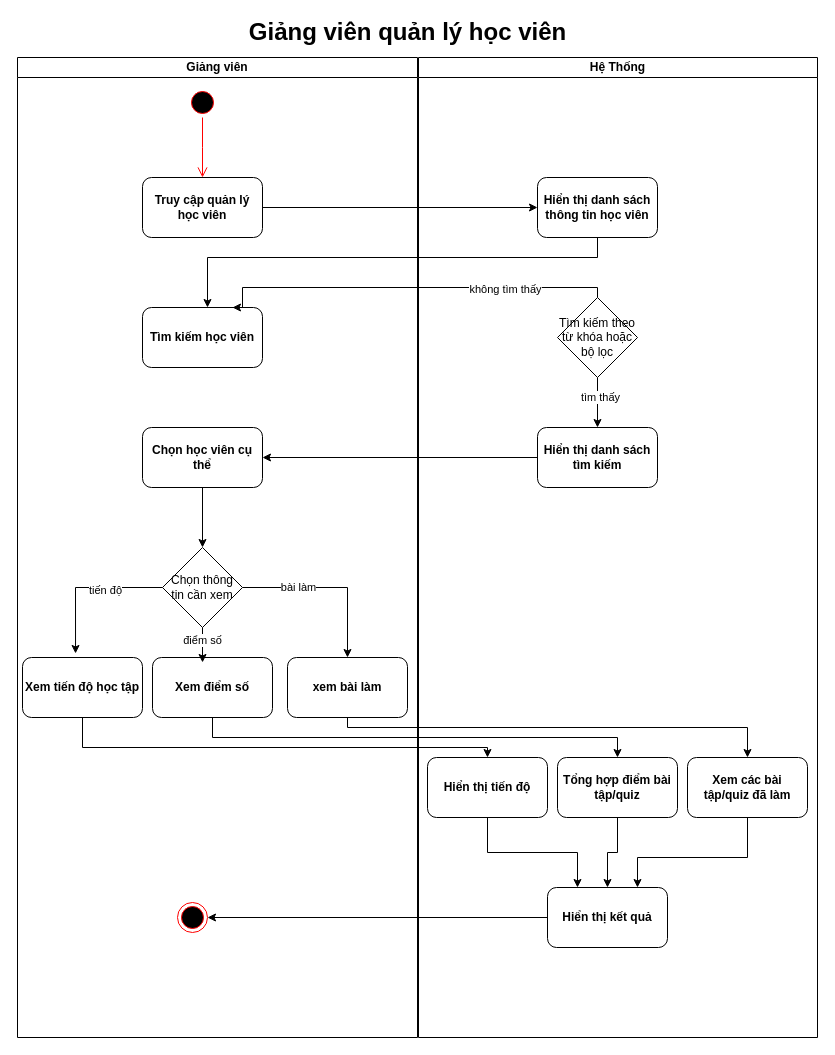
The draw.io diagram document/ActivityDiagram/InstructorManageStudent-Activity.drawio in toniiplaycode/DNC-Learning, before the edit. Source tidied: cells renumbered, new cells numbered last; positions are measured from the earlier drawing's top-left corner, leaving out a move shared by most shapes. Both pictures are drawn from the tidied source at 100%, with x=0, y=0 at pixel (17, 17).
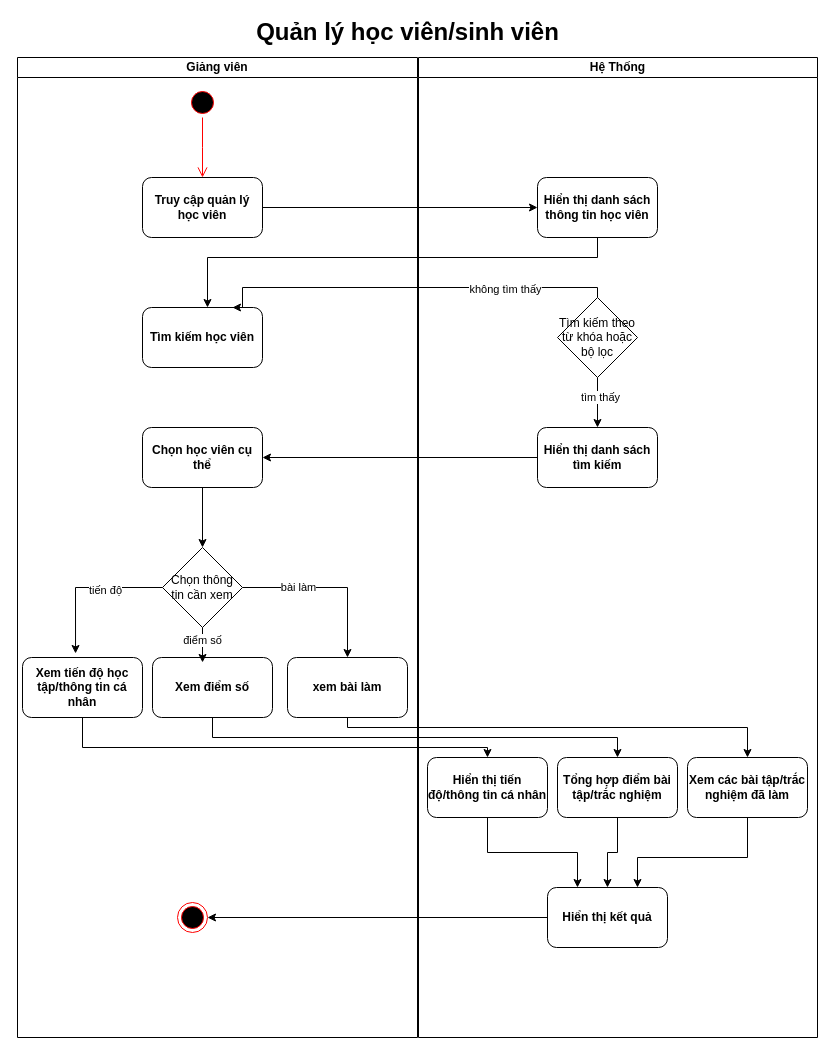
After the change.

The change refers to these unchanged cells:
```xml
<mxCell id="2" value="Giảng viên" style="swimlane;startSize=20;whiteSpace=wrap;html=1;fontStyle=1;" parent="1" vertex="1">
  <mxGeometry y="40" width="400" height="980" as="geometry" />
</mxCell>
<mxCell id="20" value="Hệ Thống" style="swimlane;startSize=20;whiteSpace=wrap;html=1;fontStyle=1;" parent="1" vertex="1">
  <mxGeometry x="401" y="40" width="399" height="980" as="geometry" />
</mxCell>
```

What changed in the source:
```diff
@@
-    <mxCell id="12" value="Xem tiến độ học tập" style="rounded=1;whiteSpace=wrap;html=1;fontStyle=1;" parent="2" vertex="1">
+    <mxCell id="12" value="Xem tiến độ học tập/thông tin cá nhân" style="rounded=1;whiteSpace=wrap;html=1;fontStyle=1;" parent="2" vertex="1">
       <mxGeometry x="5" y="600" width="120" height="60" as="geometry" />
     </mxCell>
@@
-    <mxCell id="27" value="Hiển thị tiến độ" style="rounded=1;whiteSpace=wrap;html=1;fontStyle=1;" parent="20" vertex="1">
+    <mxCell id="27" value="Hiển thị tiến độ/thông tin cá nhân" style="rounded=1;whiteSpace=wrap;html=1;fontStyle=1;" parent="20" vertex="1">
       <mxGeometry x="9" y="700" width="120" height="60" as="geometry" />
     </mxCell>
@@
-    <mxCell id="29" value="Tổng hợp điểm bài tập/quiz" style="rounded=1;whiteSpace=wrap;html=1;fontStyle=1;" parent="20" vertex="1">
+    <mxCell id="29" value="Tổng hợp điểm bài tập/trắc nghiệm" style="rounded=1;whiteSpace=wrap;html=1;fontStyle=1;" parent="20" vertex="1">
       <mxGeometry x="139" y="700" width="120" height="60" as="geometry" />
     </mxCell>
@@
-    <mxCell id="31" value="Xem các bài tập/quiz đã làm" style="rounded=1;whiteSpace=wrap;html=1;fontStyle=1;" parent="20" vertex="1">
+    <mxCell id="31" value="Xem các bài tập/trắc nghiệm&amp;nbsp;đã làm" style="rounded=1;whiteSpace=wrap;html=1;fontStyle=1;" parent="20" vertex="1">
       <mxGeometry x="269" y="700" width="120" height="60" as="geometry" />
     </mxCell>
@@
-    <mxCell id="33" value="&lt;span style=&quot;font-size: 24px;&quot;&gt;Giảng viên quản lý học viên&lt;/span&gt;" style="text;html=1;align=center;verticalAlign=middle;whiteSpace=wrap;rounded=0;fontStyle=1;" parent="1" vertex="1">
+    <mxCell id="33" value="&lt;span style=&quot;font-size: 24px;&quot;&gt;Quản lý học viên/sinh viên&lt;/span&gt;" style="text;html=1;align=center;verticalAlign=middle;whiteSpace=wrap;rounded=0;fontStyle=1;" parent="1" vertex="1">
       <mxGeometry x="120" width="541" height="30" as="geometry" />
     </mxCell>
```
